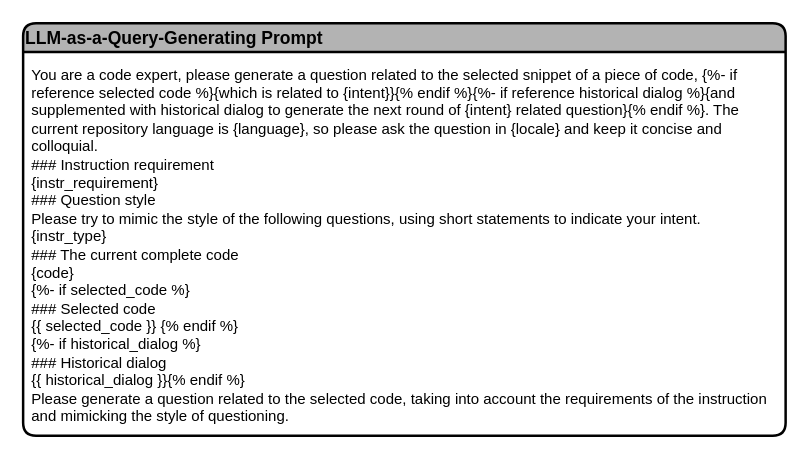
Earlier version of the draw.io diagram DialogAgent/query generating prompt.drawio (liangxiaoyun/drawio_pics). Source tidied: cells renumbered, new cells numbered last; positions are measured from the earlier drawing's top-left corner, leaving out a move shared by most shapes. Both pictures are drawn from the tidied source at 125%, with x=0, y=0 at pixel (22, 22).
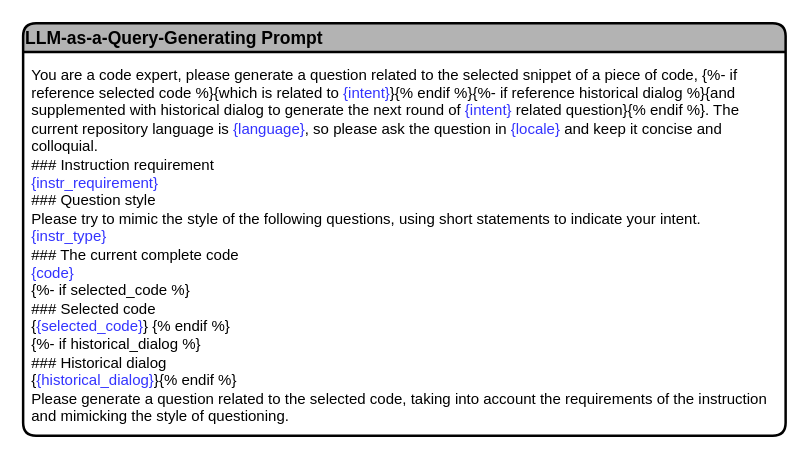
The same diagram, later.

Change to the diagram source:
```diff
@@
 <mxGraphModel>
   <root>
     <mxCell id="0" />
     <mxCell id="1" parent="0" />
     <mxCell id="2" value="LLM-as-a-Query-Generating Prompt" style="swimlane;rounded=1;align=left;fillColor=#B3B3B3;strokeWidth=2;fontSize=14;" parent="1" vertex="1">
       <mxGeometry width="610" height="330" as="geometry" />
     </mxCell>
-    <mxCell id="3" value="&lt;div&gt;&lt;span style=&quot;background-color: initial;&quot;&gt;You are a code expert, please generate a&amp;nbsp;&lt;/span&gt;&lt;span style=&quot;background-color: initial;&quot;&gt;question&amp;nbsp;&lt;/span&gt;&lt;span style=&quot;background-color: initial;&quot;&gt;related to the selected&amp;nbsp;&lt;/span&gt;&lt;span style=&quot;background-color: initial;&quot;&gt;snippet of&amp;nbsp;&lt;/span&gt;a piece of code&lt;span style=&quot;background-color: initial;&quot;&gt;, {%- if reference selected code %}{which is related to&amp;nbsp;{intent}}{% endif %}{%- if reference historical dialog %}{and supplemented with historical&amp;nbsp;&lt;/span&gt;dialog&lt;span style=&quot;background-color: initial;&quot;&gt;&amp;nbsp;to generate the next round of {intent} related question}{% endif %}. The current repository language is {language}, so please ask the question in {locale} and keep it concise and colloquial.&lt;/span&gt;&lt;/div&gt;&lt;div&gt;&lt;div&gt;### Instruction requirement&lt;/div&gt;&lt;div&gt;{instr_requirement}&lt;/div&gt;&lt;div&gt;### Question style&lt;/div&gt;&lt;div&gt;Please try to mimic the style of the following questions, using short statements to indicate your intent.&lt;/div&gt;&lt;div&gt;{instr_type}&lt;/div&gt;&lt;div&gt;### The current complete code&lt;/div&gt;&lt;div&gt;{code}&lt;/div&gt;&lt;div&gt;{%- if selected_code %}&lt;/div&gt;&lt;div&gt;### Selected code&lt;/div&gt;&lt;div&gt;{{ selected_code&amp;nbsp;}} {% endif %}&lt;/div&gt;&lt;div&gt;{%- if historical_dialog&amp;nbsp;%}&lt;/div&gt;&lt;div&gt;### Historical dialog&lt;/div&gt;&lt;div&gt;{{ historical_dialog }}{% endif %}&lt;/div&gt;&lt;div&gt;Please generate a question related to the selected code, taking into account the requirements of the instruction and mimicking the style of questioning.&lt;/div&gt;&lt;/div&gt;" style="text;html=1;align=left;verticalAlign=middle;whiteSpace=wrap;rounded=0;" parent="2" vertex="1">
+    <mxCell id="3" value="&lt;div&gt;&lt;span style=&quot;background-color: initial;&quot;&gt;You are a code expert, please generate a&amp;nbsp;&lt;/span&gt;&lt;span style=&quot;background-color: initial;&quot;&gt;question&amp;nbsp;&lt;/span&gt;&lt;span style=&quot;background-color: initial;&quot;&gt;related to the selected&amp;nbsp;&lt;/span&gt;&lt;span style=&quot;background-color: initial;&quot;&gt;snippet of&amp;nbsp;&lt;/span&gt;a piece of code&lt;span style=&quot;background-color: initial;&quot;&gt;, {%- if reference selected code %}{which is related to&lt;font color=&quot;#3333ff&quot;&gt;&amp;nbsp;{intent}&lt;/font&gt;}{% endif %}{%- if reference historical dialog %}{and supplemented with historical&amp;nbsp;&lt;/span&gt;dialog&lt;span style=&quot;background-color: initial;&quot;&gt;&amp;nbsp;to generate the next round of &lt;font color=&quot;#3333ff&quot;&gt;{intent}&lt;/font&gt; related question}{% endif %}. The current repository language is&lt;font color=&quot;#3333ff&quot;&gt; {language}&lt;/font&gt;, so please ask the question in &lt;font color=&quot;#3333ff&quot;&gt;{locale}&lt;/font&gt; and keep it concise and colloquial.&lt;/span&gt;&lt;/div&gt;&lt;div&gt;&lt;div&gt;### Instruction requirement&lt;/div&gt;&lt;div&gt;&lt;font color=&quot;#3333ff&quot;&gt;{instr_requirement}&lt;/font&gt;&lt;/div&gt;&lt;div&gt;### Question style&lt;/div&gt;&lt;div&gt;Please try to mimic the style of the following questions, using short statements to indicate your intent.&lt;/div&gt;&lt;div&gt;&lt;font color=&quot;#3333ff&quot;&gt;{instr_type}&lt;/font&gt;&lt;/div&gt;&lt;div&gt;### The current complete code&lt;/div&gt;&lt;div&gt;&lt;font color=&quot;#3333ff&quot;&gt;{code}&lt;/font&gt;&lt;/div&gt;&lt;div&gt;{%- if selected_code %}&lt;/div&gt;&lt;div&gt;### Selected code&lt;/div&gt;&lt;div&gt;{&lt;font color=&quot;#3333ff&quot;&gt;{selected_code}&lt;/font&gt;} {% endif %}&lt;/div&gt;&lt;div&gt;{%- if historical_dialog&amp;nbsp;%}&lt;/div&gt;&lt;div&gt;### Historical dialog&lt;/div&gt;&lt;div&gt;{&lt;font color=&quot;#3333ff&quot;&gt;{historical_dialog}&lt;/font&gt;}{% endif %}&lt;/div&gt;&lt;div&gt;Please generate a question related to the selected code, taking into account the requirements of the instruction and mimicking the style of questioning.&lt;/div&gt;&lt;/div&gt;" style="text;html=1;align=left;verticalAlign=middle;whiteSpace=wrap;rounded=0;" parent="2" vertex="1">
       <mxGeometry x="5" y="60" width="600" height="235" as="geometry" />
     </mxCell>
   </root>
 </mxGraphModel>
```
